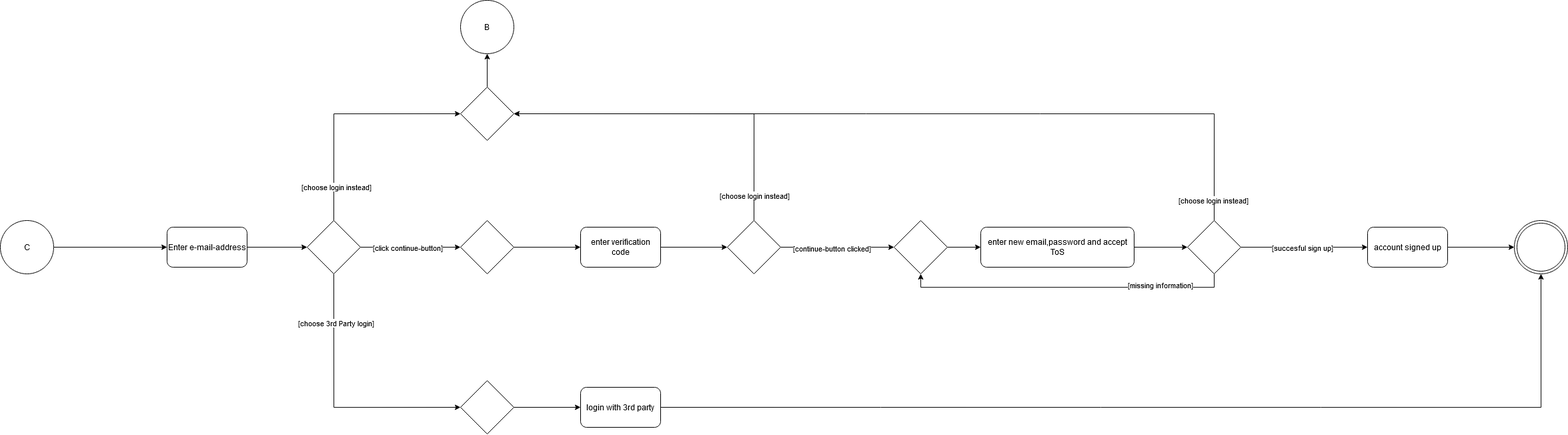
SE-TINF22B6/DHBWhub keeps this draw.io diagram as docs/diagrams/UserActivityRegister.drawio.png. Above is the earlier version. Source tidied: cells renumbered, new cells last; positions are measured from the earlier drawing's top-left corner, leaving out a move shared by most shapes. Source of this version:
```xml
<mxGraphModel>
  <root>
    <mxCell id="0" />
    <mxCell id="1" parent="0" />
    <mxCell id="2" style="edgeStyle=orthogonalEdgeStyle;rounded=0;jettySize=auto;html=1;exitX=1;exitY=0.5;exitDx=0;exitDy=0;entryX=0;entryY=0.5;entryDx=0;entryDy=0;" parent="1" edge="1" source="3" target="5">
      <mxGeometry relative="1" as="geometry" />
    </mxCell>
    <mxCell id="3" value="C" style="ellipse;whiteSpace=wrap;html=1;" parent="1" vertex="1">
      <mxGeometry y="330" width="80" height="80" as="geometry" />
    </mxCell>
    <mxCell id="4" style="edgeStyle=orthogonalEdgeStyle;rounded=0;jettySize=auto;html=1;exitX=1;exitY=0.5;exitDx=0;exitDy=0;entryX=0;entryY=0.5;entryDx=0;entryDy=0;" parent="1" edge="1" source="5" target="12">
      <mxGeometry relative="1" as="geometry" />
    </mxCell>
    <mxCell id="5" value="Enter e-mail-address" style="rounded=1;whiteSpace=wrap;html=1;" parent="1" vertex="1">
      <mxGeometry x="250" y="340" width="120" height="60" as="geometry" />
    </mxCell>
    <mxCell id="6" style="edgeStyle=orthogonalEdgeStyle;rounded=0;jettySize=auto;html=1;exitX=1;exitY=0.5;exitDx=0;exitDy=0;entryX=0;entryY=0.5;entryDx=0;entryDy=0;" parent="1" edge="1" source="12" target="16">
      <mxGeometry relative="1" as="geometry" />
    </mxCell>
    <mxCell id="7" value="[click continue-button]" style="edgeLabel;html=1;align=center;verticalAlign=middle;" parent="6" vertex="1">
      <mxGeometry x="-0.25" relative="1" as="geometry">
        <mxPoint x="14" as="offset" />
      </mxGeometry>
    </mxCell>
    <mxCell id="8" style="edgeStyle=orthogonalEdgeStyle;rounded=0;jettySize=auto;html=1;exitX=0.5;exitY=0;exitDx=0;exitDy=0;entryX=0;entryY=0.5;entryDx=0;entryDy=0;" parent="1" edge="1" source="12" target="14">
      <mxGeometry relative="1" as="geometry" />
    </mxCell>
    <mxCell id="9" value="[choose login instead]" style="edgeLabel;html=1;align=center;verticalAlign=middle;" parent="8" vertex="1">
      <mxGeometry x="-0.7" y="-3" relative="1" as="geometry" />
    </mxCell>
    <mxCell id="10" style="edgeStyle=orthogonalEdgeStyle;rounded=0;jettySize=auto;html=1;exitX=0.5;exitY=1;exitDx=0;exitDy=0;entryX=0;entryY=0.5;entryDx=0;entryDy=0;" parent="1" edge="1" source="12" target="18">
      <mxGeometry relative="1" as="geometry" />
    </mxCell>
    <mxCell id="11" value="[choose 3rd Party login]" style="edgeLabel;html=1;align=center;verticalAlign=middle;" parent="10" vertex="1">
      <mxGeometry x="-0.62" y="2" relative="1" as="geometry" />
    </mxCell>
    <mxCell id="12" style="rhombus;whiteSpace=wrap;html=1;" parent="1" vertex="1">
      <mxGeometry x="460" y="330" width="80" height="80" as="geometry" />
    </mxCell>
    <mxCell id="13" style="edgeStyle=orthogonalEdgeStyle;rounded=0;jettySize=auto;html=1;exitX=0.5;exitY=0;exitDx=0;exitDy=0;entryX=0.5;entryY=1;entryDx=0;entryDy=0;" parent="1" edge="1" source="14" target="21">
      <mxGeometry relative="1" as="geometry" />
    </mxCell>
    <mxCell id="14" style="rhombus;whiteSpace=wrap;html=1;" parent="1" vertex="1">
      <mxGeometry x="690" y="130" width="80" height="80" as="geometry" />
    </mxCell>
    <mxCell id="15" style="edgeStyle=orthogonalEdgeStyle;rounded=0;jettySize=auto;html=1;exitX=1;exitY=0.5;exitDx=0;exitDy=0;entryX=0;entryY=0.5;entryDx=0;entryDy=0;" parent="1" edge="1" source="16" target="23">
      <mxGeometry relative="1" as="geometry" />
    </mxCell>
    <mxCell id="16" style="rhombus;whiteSpace=wrap;html=1;" parent="1" vertex="1">
      <mxGeometry x="690" y="330" width="80" height="80" as="geometry" />
    </mxCell>
    <mxCell id="17" style="edgeStyle=orthogonalEdgeStyle;rounded=0;jettySize=auto;html=1;exitX=1;exitY=0.5;exitDx=0;exitDy=0;entryX=0;entryY=0.5;entryDx=0;entryDy=0;" parent="1" edge="1" source="18" target="20">
      <mxGeometry relative="1" as="geometry" />
    </mxCell>
    <mxCell id="18" style="rhombus;whiteSpace=wrap;html=1;" parent="1" vertex="1">
      <mxGeometry x="690" y="570" width="80" height="80" as="geometry" />
    </mxCell>
    <mxCell id="19" style="edgeStyle=orthogonalEdgeStyle;rounded=0;jettySize=auto;html=1;exitX=1;exitY=0.5;exitDx=0;exitDy=0;entryX=0.5;entryY=1;entryDx=0;entryDy=0;" parent="1" edge="1" source="20" target="42">
      <mxGeometry relative="1" as="geometry" />
    </mxCell>
    <mxCell id="20" value="login with 3rd party" style="rounded=1;whiteSpace=wrap;html=1;" parent="1" vertex="1">
      <mxGeometry x="870" y="580" width="120" height="60" as="geometry" />
    </mxCell>
    <mxCell id="21" value="B" style="ellipse;whiteSpace=wrap;html=1;" parent="1" vertex="1">
      <mxGeometry x="690" width="80" height="80" as="geometry" />
    </mxCell>
    <mxCell id="22" style="edgeStyle=orthogonalEdgeStyle;rounded=0;jettySize=auto;html=1;exitX=1;exitY=0.5;exitDx=0;exitDy=0;entryX=0;entryY=0.5;entryDx=0;entryDy=0;" parent="1" edge="1" source="23" target="28">
      <mxGeometry relative="1" as="geometry" />
    </mxCell>
    <mxCell id="23" value="enter verification code" style="rounded=1;whiteSpace=wrap;html=1;" parent="1" vertex="1">
      <mxGeometry x="870" y="340" width="120" height="60" as="geometry" />
    </mxCell>
    <mxCell id="24" style="edgeStyle=orthogonalEdgeStyle;rounded=0;jettySize=auto;html=1;exitX=0.5;exitY=0;exitDx=0;exitDy=0;entryX=1;entryY=0.5;entryDx=0;entryDy=0;" parent="1" edge="1" source="28" target="14">
      <mxGeometry relative="1" as="geometry" />
    </mxCell>
    <mxCell id="25" value="[choose login instead]" style="edgeLabel;html=1;align=center;verticalAlign=middle;" parent="24" vertex="1">
      <mxGeometry x="-0.86" relative="1" as="geometry" />
    </mxCell>
    <mxCell id="26" style="edgeStyle=orthogonalEdgeStyle;rounded=0;jettySize=auto;html=1;exitX=1;exitY=0.5;exitDx=0;exitDy=0;entryX=0;entryY=0.5;entryDx=0;entryDy=0;" parent="1" edge="1" source="28" target="30">
      <mxGeometry relative="1" as="geometry" />
    </mxCell>
    <mxCell id="27" value="[continue-button clicked]" style="edgeLabel;html=1;align=center;verticalAlign=middle;" parent="26" vertex="1">
      <mxGeometry x="-0.1" y="-1" relative="1" as="geometry" />
    </mxCell>
    <mxCell id="28" style="rhombus;whiteSpace=wrap;html=1;" parent="1" vertex="1">
      <mxGeometry x="1090" y="330" width="80" height="80" as="geometry" />
    </mxCell>
    <mxCell id="29" style="edgeStyle=orthogonalEdgeStyle;rounded=0;jettySize=auto;html=1;exitX=1;exitY=0.5;exitDx=0;exitDy=0;entryX=0;entryY=0.5;entryDx=0;entryDy=0;" parent="1" edge="1" source="30" target="32">
      <mxGeometry relative="1" as="geometry" />
    </mxCell>
    <mxCell id="30" style="rhombus;whiteSpace=wrap;html=1;" parent="1" vertex="1">
      <mxGeometry x="1340" y="330" width="80" height="80" as="geometry" />
    </mxCell>
    <mxCell id="31" style="edgeStyle=orthogonalEdgeStyle;rounded=0;jettySize=auto;html=1;exitX=1;exitY=0.5;exitDx=0;exitDy=0;entryX=0;entryY=0.5;entryDx=0;entryDy=0;" parent="1" edge="1" source="32" target="39">
      <mxGeometry relative="1" as="geometry" />
    </mxCell>
    <mxCell id="32" value="enter new email,password and accept ToS " style="rounded=1;whiteSpace=wrap;html=1;" parent="1" vertex="1">
      <mxGeometry x="1470" y="340" width="230" height="60" as="geometry" />
    </mxCell>
    <mxCell id="33" style="edgeStyle=orthogonalEdgeStyle;rounded=0;jettySize=auto;html=1;exitX=0.5;exitY=1;exitDx=0;exitDy=0;entryX=0.5;entryY=1;entryDx=0;entryDy=0;" parent="1" edge="1" source="39" target="30">
      <mxGeometry relative="1" as="geometry" />
    </mxCell>
    <mxCell id="34" value="[missing information]" style="edgeLabel;html=1;align=center;verticalAlign=middle;" parent="33" vertex="1">
      <mxGeometry x="-0.58" y="-4" relative="1" as="geometry" />
    </mxCell>
    <mxCell id="35" style="edgeStyle=orthogonalEdgeStyle;rounded=0;jettySize=auto;html=1;exitX=0.5;exitY=0;exitDx=0;exitDy=0;entryX=1;entryY=0.5;entryDx=0;entryDy=0;" parent="1" edge="1" source="39" target="14">
      <mxGeometry relative="1" as="geometry" />
    </mxCell>
    <mxCell id="36" value="[choose login instead]" style="edgeLabel;html=1;align=center;verticalAlign=middle;" parent="35" vertex="1">
      <mxGeometry x="-0.95" y="2" relative="1" as="geometry" />
    </mxCell>
    <mxCell id="37" style="edgeStyle=orthogonalEdgeStyle;rounded=0;jettySize=auto;html=1;exitX=1;exitY=0.5;exitDx=0;exitDy=0;entryX=0;entryY=0.5;entryDx=0;entryDy=0;" parent="1" edge="1" source="39" target="41">
      <mxGeometry relative="1" as="geometry" />
    </mxCell>
    <mxCell id="38" value="[succesful sign up]" style="edgeLabel;html=1;align=center;verticalAlign=middle;" parent="37" vertex="1">
      <mxGeometry x="-0.57" y="-1" relative="1" as="geometry">
        <mxPoint x="49" y="-1" as="offset" />
      </mxGeometry>
    </mxCell>
    <mxCell id="39" style="rhombus;whiteSpace=wrap;html=1;" parent="1" vertex="1">
      <mxGeometry x="1780" y="330" width="80" height="80" as="geometry" />
    </mxCell>
    <mxCell id="40" style="edgeStyle=orthogonalEdgeStyle;rounded=0;jettySize=auto;html=1;exitX=1;exitY=0.5;exitDx=0;exitDy=0;entryX=0;entryY=0.5;entryDx=0;entryDy=0;" parent="1" edge="1" source="41" target="42">
      <mxGeometry relative="1" as="geometry" />
    </mxCell>
    <mxCell id="41" value="account signed up" style="rounded=1;whiteSpace=wrap;html=1;" parent="1" vertex="1">
      <mxGeometry x="2050" y="340" width="120" height="60" as="geometry" />
    </mxCell>
    <mxCell id="42" style="ellipse;shape=doubleEllipse;whiteSpace=wrap;html=1;" parent="1" vertex="1">
      <mxGeometry x="2270" y="330" width="80" height="80" as="geometry" />
    </mxCell>
  </root>
</mxGraphModel>
```
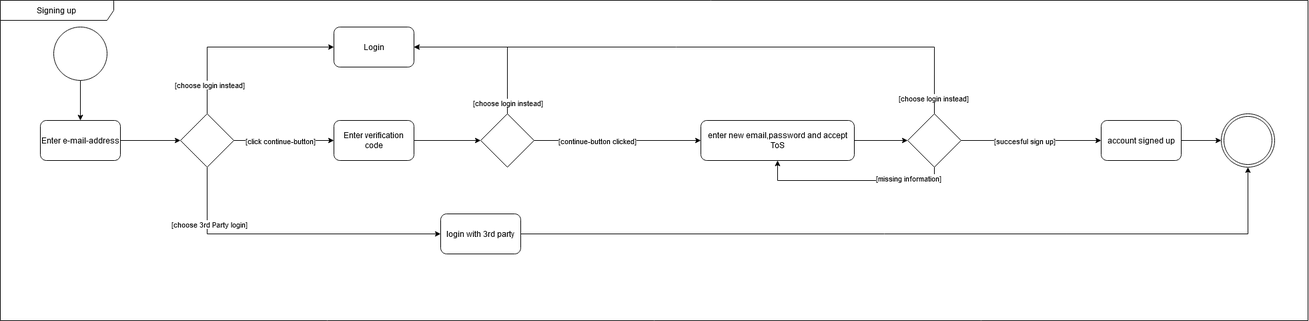
Above is the later version.

Diff of the diagram source:
```diff
@@ -2,11 +2,11 @@
   <root>
     <mxCell id="0" />
     <mxCell id="1" parent="0" />
-    <mxCell id="2" style="edgeStyle=orthogonalEdgeStyle;rounded=0;jettySize=auto;html=1;exitX=1;exitY=0.5;exitDx=0;exitDy=0;entryX=0;entryY=0.5;entryDx=0;entryDy=0;" parent="1" edge="1" source="3" target="5">
+    <mxCell id="2" style="edgeStyle=orthogonalEdgeStyle;rounded=0;jettySize=auto;html=1;entryX=0.5;entryY=0;entryDx=0;entryDy=0;" parent="1" edge="1" source="3" target="5">
       <mxGeometry relative="1" as="geometry" />
     </mxCell>
-    <mxCell id="3" value="C" style="ellipse;whiteSpace=wrap;html=1;" parent="1" vertex="1">
-      <mxGeometry y="330" width="80" height="80" as="geometry" />
+    <mxCell id="3" style="ellipse;whiteSpace=wrap;html=1;" parent="1" vertex="1">
+      <mxGeometry x="270" y="200" width="80" height="80" as="geometry" />
     </mxCell>
     <mxCell id="4" style="edgeStyle=orthogonalEdgeStyle;rounded=0;jettySize=auto;html=1;exitX=1;exitY=0.5;exitDx=0;exitDy=0;entryX=0;entryY=0.5;entryDx=0;entryDy=0;" parent="1" edge="1" source="5" target="12">
       <mxGeometry relative="1" as="geometry" />
@@ -14,7 +14,7 @@
     <mxCell id="5" value="Enter e-mail-address" style="rounded=1;whiteSpace=wrap;html=1;" parent="1" vertex="1">
       <mxGeometry x="250" y="340" width="120" height="60" as="geometry" />
     </mxCell>
-    <mxCell id="6" style="edgeStyle=orthogonalEdgeStyle;rounded=0;jettySize=auto;html=1;exitX=1;exitY=0.5;exitDx=0;exitDy=0;entryX=0;entryY=0.5;entryDx=0;entryDy=0;" parent="1" edge="1" source="12" target="16">
+    <mxCell id="6" style="edgeStyle=orthogonalEdgeStyle;rounded=0;jettySize=auto;html=1;exitX=1;exitY=0.5;exitDx=0;exitDy=0;entryX=0;entryY=0.5;entryDx=0;entryDy=0;" parent="1" edge="1" source="12" target="23">
       <mxGeometry relative="1" as="geometry" />
     </mxCell>
     <mxCell id="7" value="[click continue-button]" style="edgeLabel;html=1;align=center;verticalAlign=middle;" parent="6" vertex="1">
@@ -22,13 +22,13 @@
         <mxPoint x="14" as="offset" />
       </mxGeometry>
     </mxCell>
-    <mxCell id="8" style="edgeStyle=orthogonalEdgeStyle;rounded=0;jettySize=auto;html=1;exitX=0.5;exitY=0;exitDx=0;exitDy=0;entryX=0;entryY=0.5;entryDx=0;entryDy=0;" parent="1" edge="1" source="12" target="14">
+    <mxCell id="8" style="edgeStyle=orthogonalEdgeStyle;rounded=0;jettySize=auto;html=1;exitX=0.5;exitY=0;exitDx=0;exitDy=0;entryX=0;entryY=0.5;entryDx=0;entryDy=0;" parent="1" edge="1" source="12" target="43">
       <mxGeometry relative="1" as="geometry" />
     </mxCell>
     <mxCell id="9" value="[choose login instead]" style="edgeLabel;html=1;align=center;verticalAlign=middle;" parent="8" vertex="1">
       <mxGeometry x="-0.7" y="-3" relative="1" as="geometry" />
     </mxCell>
-    <mxCell id="10" style="edgeStyle=orthogonalEdgeStyle;rounded=0;jettySize=auto;html=1;exitX=0.5;exitY=1;exitDx=0;exitDy=0;entryX=0;entryY=0.5;entryDx=0;entryDy=0;" parent="1" edge="1" source="12" target="18">
+    <mxCell id="10" style="edgeStyle=orthogonalEdgeStyle;rounded=0;jettySize=auto;html=1;exitX=0.5;exitY=1;exitDx=0;exitDy=0;entryX=0;entryY=0.5;entryDx=0;entryDy=0;" parent="1" edge="1" source="12" target="20">
       <mxGeometry relative="1" as="geometry" />
     </mxCell>
     <mxCell id="11" value="[choose 3rd Party login]" style="edgeLabel;html=1;align=center;verticalAlign=middle;" parent="10" vertex="1">
@@ -37,73 +37,48 @@
     <mxCell id="12" style="rhombus;whiteSpace=wrap;html=1;" parent="1" vertex="1">
       <mxGeometry x="460" y="330" width="80" height="80" as="geometry" />
     </mxCell>
-    <mxCell id="13" style="edgeStyle=orthogonalEdgeStyle;rounded=0;jettySize=auto;html=1;exitX=0.5;exitY=0;exitDx=0;exitDy=0;entryX=0.5;entryY=1;entryDx=0;entryDy=0;" parent="1" edge="1" source="14" target="21">
-      <mxGeometry relative="1" as="geometry" />
-    </mxCell>
-    <mxCell id="14" style="rhombus;whiteSpace=wrap;html=1;" parent="1" vertex="1">
-      <mxGeometry x="690" y="130" width="80" height="80" as="geometry" />
-    </mxCell>
-    <mxCell id="15" style="edgeStyle=orthogonalEdgeStyle;rounded=0;jettySize=auto;html=1;exitX=1;exitY=0.5;exitDx=0;exitDy=0;entryX=0;entryY=0.5;entryDx=0;entryDy=0;" parent="1" edge="1" source="16" target="23">
-      <mxGeometry relative="1" as="geometry" />
-    </mxCell>
-    <mxCell id="16" style="rhombus;whiteSpace=wrap;html=1;" parent="1" vertex="1">
-      <mxGeometry x="690" y="330" width="80" height="80" as="geometry" />
-    </mxCell>
-    <mxCell id="17" style="edgeStyle=orthogonalEdgeStyle;rounded=0;jettySize=auto;html=1;exitX=1;exitY=0.5;exitDx=0;exitDy=0;entryX=0;entryY=0.5;entryDx=0;entryDy=0;" parent="1" edge="1" source="18" target="20">
-      <mxGeometry relative="1" as="geometry" />
-    </mxCell>
-    <mxCell id="18" style="rhombus;whiteSpace=wrap;html=1;" parent="1" vertex="1">
-      <mxGeometry x="690" y="570" width="80" height="80" as="geometry" />
-    </mxCell>
     <mxCell id="19" style="edgeStyle=orthogonalEdgeStyle;rounded=0;jettySize=auto;html=1;exitX=1;exitY=0.5;exitDx=0;exitDy=0;entryX=0.5;entryY=1;entryDx=0;entryDy=0;" parent="1" edge="1" source="20" target="42">
       <mxGeometry relative="1" as="geometry" />
     </mxCell>
     <mxCell id="20" value="login with 3rd party" style="rounded=1;whiteSpace=wrap;html=1;" parent="1" vertex="1">
-      <mxGeometry x="870" y="580" width="120" height="60" as="geometry" />
+      <mxGeometry x="850" y="480" width="120" height="60" as="geometry" />
     </mxCell>
-    <mxCell id="21" value="B" style="ellipse;whiteSpace=wrap;html=1;" parent="1" vertex="1">
-      <mxGeometry x="690" width="80" height="80" as="geometry" />
-    </mxCell>
     <mxCell id="22" style="edgeStyle=orthogonalEdgeStyle;rounded=0;jettySize=auto;html=1;exitX=1;exitY=0.5;exitDx=0;exitDy=0;entryX=0;entryY=0.5;entryDx=0;entryDy=0;" parent="1" edge="1" source="23" target="28">
       <mxGeometry relative="1" as="geometry" />
     </mxCell>
-    <mxCell id="23" value="enter verification code" style="rounded=1;whiteSpace=wrap;html=1;" parent="1" vertex="1">
-      <mxGeometry x="870" y="340" width="120" height="60" as="geometry" />
+    <mxCell id="23" value="Enter verification code" style="rounded=1;whiteSpace=wrap;html=1;" parent="1" vertex="1">
+      <mxGeometry x="690" y="340" width="120" height="60" as="geometry" />
     </mxCell>
-    <mxCell id="24" style="edgeStyle=orthogonalEdgeStyle;rounded=0;jettySize=auto;html=1;exitX=0.5;exitY=0;exitDx=0;exitDy=0;entryX=1;entryY=0.5;entryDx=0;entryDy=0;" parent="1" edge="1" source="28" target="14">
+    <mxCell id="24" style="edgeStyle=orthogonalEdgeStyle;rounded=0;jettySize=auto;html=1;exitX=0.5;exitY=0;exitDx=0;exitDy=0;entryX=1;entryY=0.5;entryDx=0;entryDy=0;" parent="1" edge="1" source="28" target="43">
       <mxGeometry relative="1" as="geometry" />
     </mxCell>
     <mxCell id="25" value="[choose login instead]" style="edgeLabel;html=1;align=center;verticalAlign=middle;" parent="24" vertex="1">
       <mxGeometry x="-0.86" relative="1" as="geometry" />
     </mxCell>
-    <mxCell id="26" style="edgeStyle=orthogonalEdgeStyle;rounded=0;jettySize=auto;html=1;exitX=1;exitY=0.5;exitDx=0;exitDy=0;entryX=0;entryY=0.5;entryDx=0;entryDy=0;" parent="1" edge="1" source="28" target="30">
+    <mxCell id="26" style="edgeStyle=orthogonalEdgeStyle;rounded=0;jettySize=auto;html=1;exitX=1;exitY=0.5;exitDx=0;exitDy=0;entryX=0;entryY=0.5;entryDx=0;entryDy=0;" parent="1" edge="1" source="28" target="32">
       <mxGeometry relative="1" as="geometry" />
     </mxCell>
     <mxCell id="27" value="[continue-button clicked]" style="edgeLabel;html=1;align=center;verticalAlign=middle;" parent="26" vertex="1">
-      <mxGeometry x="-0.1" y="-1" relative="1" as="geometry" />
+      <mxGeometry x="-0.1" y="-1" relative="1" as="geometry">
+        <mxPoint x="-18" y="-1" as="offset" />
+      </mxGeometry>
     </mxCell>
     <mxCell id="28" style="rhombus;whiteSpace=wrap;html=1;" parent="1" vertex="1">
-      <mxGeometry x="1090" y="330" width="80" height="80" as="geometry" />
+      <mxGeometry x="910" y="330" width="80" height="80" as="geometry" />
     </mxCell>
-    <mxCell id="29" style="edgeStyle=orthogonalEdgeStyle;rounded=0;jettySize=auto;html=1;exitX=1;exitY=0.5;exitDx=0;exitDy=0;entryX=0;entryY=0.5;entryDx=0;entryDy=0;" parent="1" edge="1" source="30" target="32">
-      <mxGeometry relative="1" as="geometry" />
-    </mxCell>
-    <mxCell id="30" style="rhombus;whiteSpace=wrap;html=1;" parent="1" vertex="1">
-      <mxGeometry x="1340" y="330" width="80" height="80" as="geometry" />
-    </mxCell>
     <mxCell id="31" style="edgeStyle=orthogonalEdgeStyle;rounded=0;jettySize=auto;html=1;exitX=1;exitY=0.5;exitDx=0;exitDy=0;entryX=0;entryY=0.5;entryDx=0;entryDy=0;" parent="1" edge="1" source="32" target="39">
       <mxGeometry relative="1" as="geometry" />
     </mxCell>
     <mxCell id="32" value="enter new email,password and accept ToS " style="rounded=1;whiteSpace=wrap;html=1;" parent="1" vertex="1">
-      <mxGeometry x="1470" y="340" width="230" height="60" as="geometry" />
+      <mxGeometry x="1240" y="340" width="230" height="60" as="geometry" />
     </mxCell>
-    <mxCell id="33" style="edgeStyle=orthogonalEdgeStyle;rounded=0;jettySize=auto;html=1;exitX=0.5;exitY=1;exitDx=0;exitDy=0;entryX=0.5;entryY=1;entryDx=0;entryDy=0;" parent="1" edge="1" source="39" target="30">
+    <mxCell id="33" style="edgeStyle=orthogonalEdgeStyle;rounded=0;jettySize=auto;html=1;exitX=0.5;exitY=1;exitDx=0;exitDy=0;entryX=0.5;entryY=1;entryDx=0;entryDy=0;" parent="1" edge="1" source="39" target="32">
       <mxGeometry relative="1" as="geometry" />
     </mxCell>
     <mxCell id="34" value="[missing information]" style="edgeLabel;html=1;align=center;verticalAlign=middle;" parent="33" vertex="1">
       <mxGeometry x="-0.58" y="-4" relative="1" as="geometry" />
     </mxCell>
-    <mxCell id="35" style="edgeStyle=orthogonalEdgeStyle;rounded=0;jettySize=auto;html=1;exitX=0.5;exitY=0;exitDx=0;exitDy=0;entryX=1;entryY=0.5;entryDx=0;entryDy=0;" parent="1" edge="1" source="39" target="14">
+    <mxCell id="35" style="edgeStyle=orthogonalEdgeStyle;rounded=0;jettySize=auto;html=1;exitX=0.5;exitY=0;exitDx=0;exitDy=0;entryX=1;entryY=0.5;entryDx=0;entryDy=0;" parent="1" edge="1" source="39" target="43">
       <mxGeometry relative="1" as="geometry" />
     </mxCell>
     <mxCell id="36" value="[choose login instead]" style="edgeLabel;html=1;align=center;verticalAlign=middle;" parent="35" vertex="1">
@@ -118,16 +93,22 @@
       </mxGeometry>
     </mxCell>
     <mxCell id="39" style="rhombus;whiteSpace=wrap;html=1;" parent="1" vertex="1">
-      <mxGeometry x="1780" y="330" width="80" height="80" as="geometry" />
+      <mxGeometry x="1550" y="330" width="80" height="80" as="geometry" />
     </mxCell>
     <mxCell id="40" style="edgeStyle=orthogonalEdgeStyle;rounded=0;jettySize=auto;html=1;exitX=1;exitY=0.5;exitDx=0;exitDy=0;entryX=0;entryY=0.5;entryDx=0;entryDy=0;" parent="1" edge="1" source="41" target="42">
       <mxGeometry relative="1" as="geometry" />
     </mxCell>
     <mxCell id="41" value="account signed up" style="rounded=1;whiteSpace=wrap;html=1;" parent="1" vertex="1">
-      <mxGeometry x="2050" y="340" width="120" height="60" as="geometry" />
+      <mxGeometry x="1840" y="340" width="120" height="60" as="geometry" />
     </mxCell>
     <mxCell id="42" style="ellipse;shape=doubleEllipse;whiteSpace=wrap;html=1;" parent="1" vertex="1">
-      <mxGeometry x="2270" y="330" width="80" height="80" as="geometry" />
+      <mxGeometry x="2020" y="330" width="80" height="80" as="geometry" />
     </mxCell>
+    <mxCell id="43" value="Login" style="rounded=1;whiteSpace=wrap;html=1;" parent="1" vertex="1">
+      <mxGeometry x="690" y="200" width="120" height="60" as="geometry" />
+    </mxCell>
+    <mxCell id="44" value="Signing up" style="shape=umlFrame;whiteSpace=wrap;html=1;width=170;height=30;" parent="1" vertex="1">
+      <mxGeometry x="190" y="160" width="1960" height="480" as="geometry" />
+    </mxCell>
   </root>
 </mxGraphModel>
```
